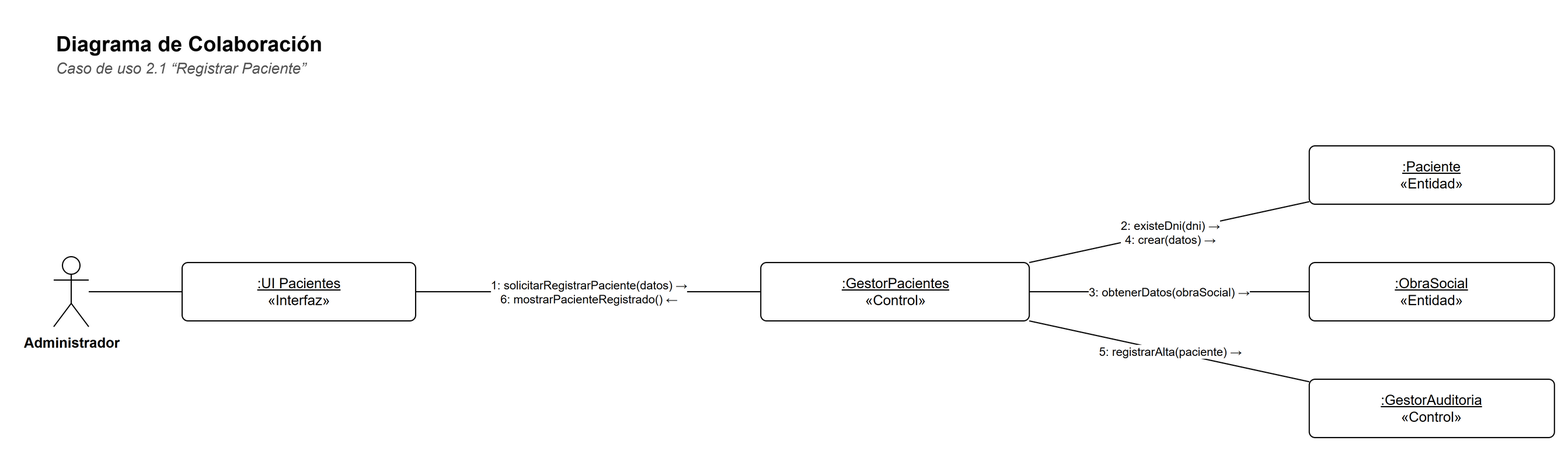
Above: docs/diagramas/colaboracion-2-1.png in Matiglorioso/kineturnos (draw.io), before the change. Source tidied: cells renumbered, new cells last; positions are measured from the earlier drawing's top-left corner, leaving out a move shared by most shapes.
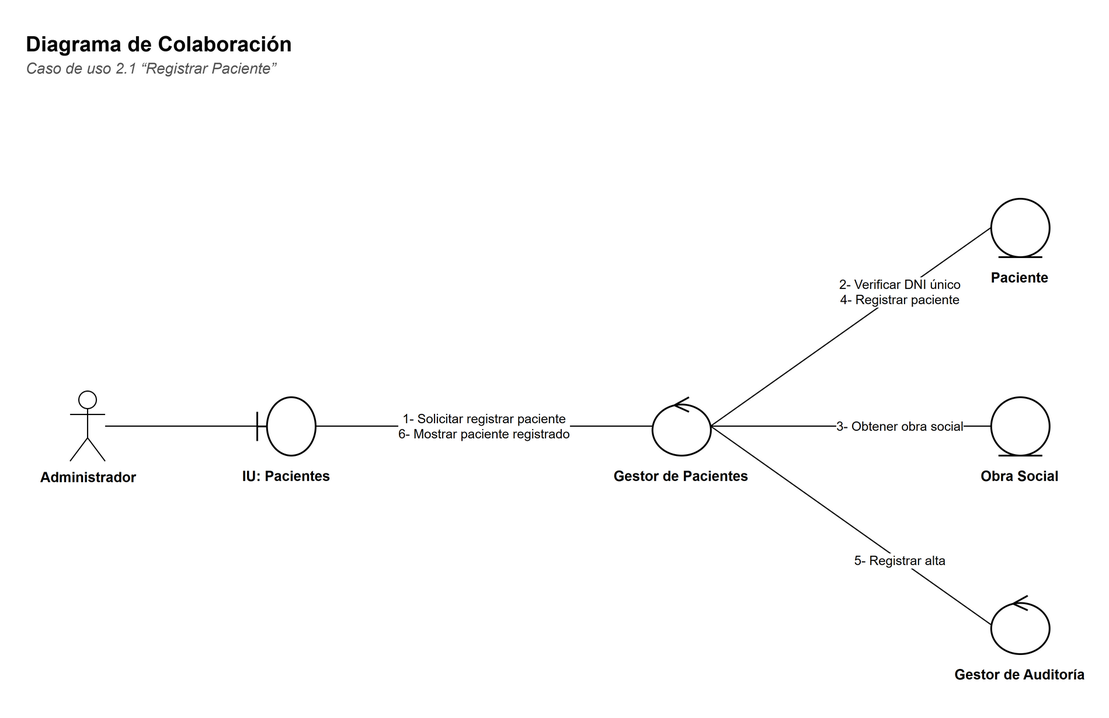
Later version of the same file.

The edit, as a diff of the source:
```diff
@@ -9,37 +9,52 @@
       <mxGeometry y="24" width="900" height="20" as="geometry" />
     </mxCell>
     <mxCell id="4" value="Administrador" style="shape=umlActor;verticalLabelPosition=bottom;verticalAlign=top;html=1;outlineConnect=0;fillColor=#FFFFFF;strokeColor=#000000;fontFamily=Helvetica;fontSize=12;fontStyle=1;" parent="1" vertex="1">
-      <mxGeometry y="200" width="30" height="60" as="geometry" />
+      <mxGeometry x="40" y="315" width="30" height="60" as="geometry" />
     </mxCell>
-    <mxCell id="5" value="&lt;u&gt;:UI Pacientes&lt;/u&gt;&lt;br&gt;«Interfaz»" style="rounded=0;whiteSpace=wrap;html=1;fillColor=#FFFFFF;strokeColor=#000000;fontFamily=Helvetica;fontSize=12;rounded=1;arcSize=10;" parent="1" vertex="1">
-      <mxGeometry x="110" y="205" width="200" height="50" as="geometry" />
+    <mxCell id="5" style="shape=umlBoundary;html=1;fillColor=#FFFFFF;strokeColor=#000000;strokeWidth=1.5;" parent="1" vertex="1">
+      <mxGeometry x="200" y="320" width="50" height="50" as="geometry" />
     </mxCell>
-    <mxCell id="6" value="&lt;u&gt;:GestorPacientes&lt;/u&gt;&lt;br&gt;«Control»" style="rounded=0;whiteSpace=wrap;html=1;fillColor=#FFFFFF;strokeColor=#000000;fontFamily=Helvetica;fontSize=12;rounded=1;arcSize=10;" parent="1" vertex="1">
-      <mxGeometry x="605.6" y="205" width="230" height="50" as="geometry" />
+    <mxCell id="6" value="&lt;b&gt;IU: Pacientes&lt;/b&gt;" style="text;html=1;strokeColor=none;fillColor=none;align=left;verticalAlign=top;whiteSpace=wrap;fontFamily=Helvetica;align=center;fontSize=12;" parent="1" vertex="1">
+      <mxGeometry x="160" y="374" width="130" height="40" as="geometry" />
     </mxCell>
-    <mxCell id="7" value="&lt;u&gt;:Paciente&lt;/u&gt;&lt;br&gt;«Entidad»" style="rounded=0;whiteSpace=wrap;html=1;fillColor=#FFFFFF;strokeColor=#000000;fontFamily=Helvetica;fontSize=12;rounded=1;arcSize=10;" parent="1" vertex="1">
-      <mxGeometry x="1075.4" y="105" width="210" height="50" as="geometry" />
+    <mxCell id="7" style="shape=umlControl;html=1;fillColor=#FFFFFF;strokeColor=#000000;strokeWidth=1.5;" parent="1" vertex="1">
+      <mxGeometry x="538.4" y="320" width="50" height="50" as="geometry" />
     </mxCell>
-    <mxCell id="8" value="&lt;u&gt;:ObraSocial&lt;/u&gt;&lt;br&gt;«Entidad»" style="rounded=0;whiteSpace=wrap;html=1;fillColor=#FFFFFF;strokeColor=#000000;fontFamily=Helvetica;fontSize=12;rounded=1;arcSize=10;" parent="1" vertex="1">
-      <mxGeometry x="1075.4" y="205" width="210" height="50" as="geometry" />
+    <mxCell id="8" value="&lt;b&gt;Gestor de Pacientes&lt;/b&gt;" style="text;html=1;strokeColor=none;fillColor=none;align=left;verticalAlign=top;whiteSpace=wrap;fontFamily=Helvetica;align=center;fontSize=12;" parent="1" vertex="1">
+      <mxGeometry x="498.4" y="374" width="130" height="40" as="geometry" />
     </mxCell>
-    <mxCell id="9" value="&lt;u&gt;:GestorAuditoria&lt;/u&gt;&lt;br&gt;«Control»" style="rounded=0;whiteSpace=wrap;html=1;fillColor=#FFFFFF;strokeColor=#000000;fontFamily=Helvetica;fontSize=12;rounded=1;arcSize=10;" parent="1" vertex="1">
-      <mxGeometry x="1075.4" y="305" width="210" height="50" as="geometry" />
+    <mxCell id="9" style="shape=umlEntity;html=1;fillColor=#FFFFFF;strokeColor=#000000;strokeWidth=1.5;" parent="1" vertex="1">
+      <mxGeometry x="828.4" y="150" width="50" height="50" as="geometry" />
     </mxCell>
-    <mxCell id="10" style="edgeStyle=none;html=1;endArrow=none;endFill=0;strokeColor=#000000;fontFamily=Helvetica;fontSize=11;labelBackgroundColor=#FFFFFF;" parent="1" edge="1" source="4" target="5">
-      <mxGeometry relative="1" as="geometry" />
+    <mxCell id="10" value="&lt;b&gt;Paciente&lt;/b&gt;" style="text;html=1;strokeColor=none;fillColor=none;align=left;verticalAlign=top;whiteSpace=wrap;fontFamily=Helvetica;align=center;fontSize=12;" parent="1" vertex="1">
+      <mxGeometry x="788.4" y="204" width="130" height="40" as="geometry" />
     </mxCell>
-    <mxCell id="11" value="1: solicitarRegistrarPaciente(datos) →&lt;br&gt;6: mostrarPacienteRegistrado() ←" style="edgeStyle=none;html=1;endArrow=none;endFill=0;strokeColor=#000000;fontFamily=Helvetica;fontSize=11;labelBackgroundColor=#FFFFFF;fontSize=10;" parent="1" edge="1" source="6" target="5">
-      <mxGeometry relative="1" as="geometry" />
+    <mxCell id="11" style="shape=umlEntity;html=1;fillColor=#FFFFFF;strokeColor=#000000;strokeWidth=1.5;" parent="1" vertex="1">
+      <mxGeometry x="828.4" y="320" width="50" height="50" as="geometry" />
     </mxCell>
-    <mxCell id="12" value="2: existeDni(dni) →&lt;br&gt;4: crear(datos) →" style="edgeStyle=none;html=1;endArrow=none;endFill=0;strokeColor=#000000;fontFamily=Helvetica;fontSize=11;labelBackgroundColor=#FFFFFF;fontSize=10;" parent="1" edge="1" source="7" target="6">
-      <mxGeometry relative="1" as="geometry" />
+    <mxCell id="12" value="&lt;b&gt;Obra Social&lt;/b&gt;" style="text;html=1;strokeColor=none;fillColor=none;align=left;verticalAlign=top;whiteSpace=wrap;fontFamily=Helvetica;align=center;fontSize=12;" parent="1" vertex="1">
+      <mxGeometry x="788.4" y="374" width="130" height="40" as="geometry" />
     </mxCell>
-    <mxCell id="13" value="3: obtenerDatos(obraSocial) →" style="edgeStyle=none;html=1;endArrow=none;endFill=0;strokeColor=#000000;fontFamily=Helvetica;fontSize=11;labelBackgroundColor=#FFFFFF;fontSize=10;" parent="1" edge="1" source="8" target="6">
-      <mxGeometry relative="1" as="geometry" />
+    <mxCell id="13" style="shape=umlControl;html=1;fillColor=#FFFFFF;strokeColor=#000000;strokeWidth=1.5;" parent="1" vertex="1">
+      <mxGeometry x="828.4" y="490" width="50" height="50" as="geometry" />
     </mxCell>
-    <mxCell id="14" value="5: registrarAlta(paciente) →" style="edgeStyle=none;html=1;endArrow=none;endFill=0;strokeColor=#000000;fontFamily=Helvetica;fontSize=11;labelBackgroundColor=#FFFFFF;fontSize=10;" parent="1" edge="1" source="9" target="6">
-      <mxGeometry relative="1" as="geometry" />
+    <mxCell id="14" value="&lt;b&gt;Gestor de Auditoría&lt;/b&gt;" style="text;html=1;strokeColor=none;fillColor=none;align=left;verticalAlign=top;whiteSpace=wrap;fontFamily=Helvetica;align=center;fontSize=12;" parent="1" vertex="1">
+      <mxGeometry x="788.4" y="544" width="130" height="40" as="geometry" />
     </mxCell>
+    <mxCell id="15" style="edgeStyle=none;html=1;endArrow=none;endFill=0;strokeColor=#000000;fontFamily=Helvetica;fontSize=11;labelBackgroundColor=#FFFFFF;" parent="1" edge="1" source="4" target="5">
+      <mxGeometry relative="1" as="geometry" />
+    </mxCell>
+    <mxCell id="16" value="1- Solicitar registrar paciente&lt;br&gt;6- Mostrar paciente registrado" style="edgeStyle=none;html=1;endArrow=none;endFill=0;strokeColor=#000000;fontFamily=Helvetica;fontSize=11;labelBackgroundColor=#FFFFFF;fontSize=11;exitX=1;exitY=0.5;exitDx=0;exitDy=0;entryX=0;entryY=0.5;entryDx=0;entryDy=0;" parent="1" edge="1" source="5" target="7">
+      <mxGeometry relative="1" as="geometry" />
+    </mxCell>
+    <mxCell id="17" value="2- Verificar DNI único&lt;br&gt;4- Registrar paciente" style="edgeStyle=none;html=1;endArrow=none;endFill=0;strokeColor=#000000;fontFamily=Helvetica;fontSize=11;labelBackgroundColor=#FFFFFF;fontSize=11;exitX=1;exitY=0.5;exitDx=0;exitDy=0;entryX=0;entryY=0.5;entryDx=0;entryDy=0;" parent="1" edge="1" source="7" target="9">
+      <mxGeometry x="0.35" relative="1" as="geometry" />
+    </mxCell>
+    <mxCell id="18" value="3- Obtener obra social" style="edgeStyle=none;html=1;endArrow=none;endFill=0;strokeColor=#000000;fontFamily=Helvetica;fontSize=11;labelBackgroundColor=#FFFFFF;fontSize=11;exitX=1;exitY=0.5;exitDx=0;exitDy=0;entryX=0;entryY=0.5;entryDx=0;entryDy=0;" parent="1" edge="1" source="7" target="11">
+      <mxGeometry x="0.35" relative="1" as="geometry" />
+    </mxCell>
+    <mxCell id="19" value="5- Registrar alta" style="edgeStyle=none;html=1;endArrow=none;endFill=0;strokeColor=#000000;fontFamily=Helvetica;fontSize=11;labelBackgroundColor=#FFFFFF;fontSize=11;exitX=1;exitY=0.5;exitDx=0;exitDy=0;entryX=0;entryY=0.5;entryDx=0;entryDy=0;" parent="1" edge="1" source="7" target="13">
+      <mxGeometry x="0.35" relative="1" as="geometry" />
+    </mxCell>
   </root>
 </mxGraphModel>
```
